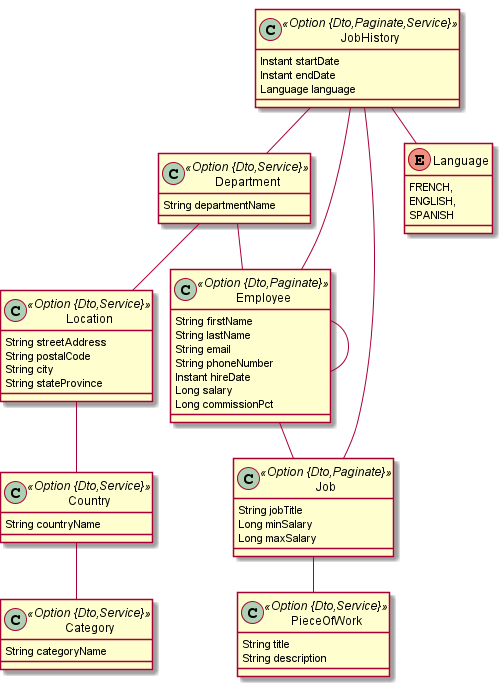
Earlier version of the PlantUML export app.png (jhipster/jhipster-sample-app-dotnetcore).
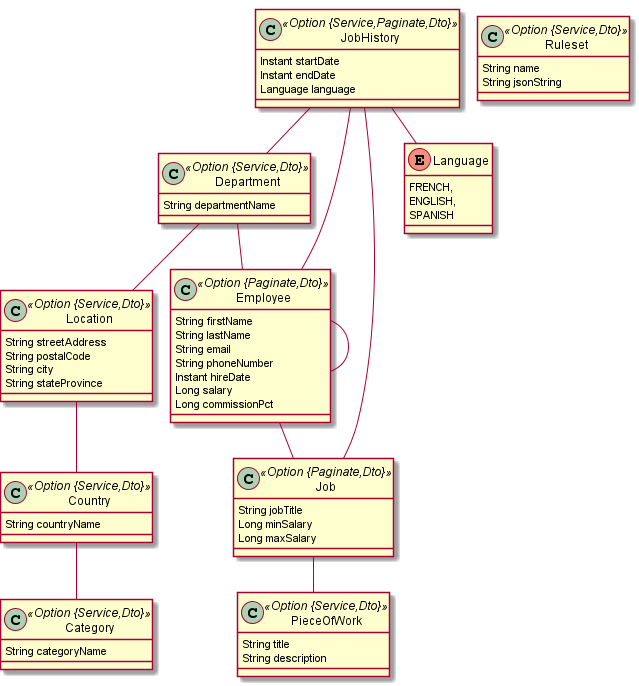
Above is the later version.

What changed in the source:
```diff
@@ -1,26 +1,30 @@
 @startuml
 	!pragma graphviz_dot jdot
 	!pragma syntax class
-	class Category <<Option {Dto,Service}>> {
+	class Category <<Option {Service,Dto}>> {
 		String categoryName
 	}
-	class Country <<Option {Dto,Service}>> {
+	class Country <<Option {Service,Dto}>> {
 		String countryName
 	}
-	class Location <<Option {Dto,Service}>> {
+	class Location <<Option {Service,Dto}>> {
 		String streetAddress
 		String postalCode
 		String city
 		String stateProvince
 	}
-	class Department <<Option {Dto,Service}>> {
+	class Department <<Option {Service,Dto}>> {
 		String departmentName
 	}
-	class PieceOfWork <<Option {Dto,Service}>> {
+	class PieceOfWork <<Option {Service,Dto}>> {
 		String title
 		String description
 	}
-	class Employee <<Option {Dto,Paginate}>> {
+	class Ruleset <<Option {Service,Dto}>> {
+		String name
+		String jsonString
+	}
+	class Employee <<Option {Paginate,Dto}>> {
 		String firstName
 		String lastName
 		String email
@@ -29,12 +33,12 @@
 		Long salary
 		Long commissionPct
 	}
-	class Job <<Option {Dto,Paginate}>> {
+	class Job <<Option {Paginate,Dto}>> {
 		String jobTitle
 		Long minSalary
 		Long maxSalary
 	}
-	class JobHistory <<Option {Dto,Paginate,Service}>> {
+	class JobHistory <<Option {Service,Paginate,Dto}>> {
 		Instant startDate
 		Instant endDate
 		Language language
```
